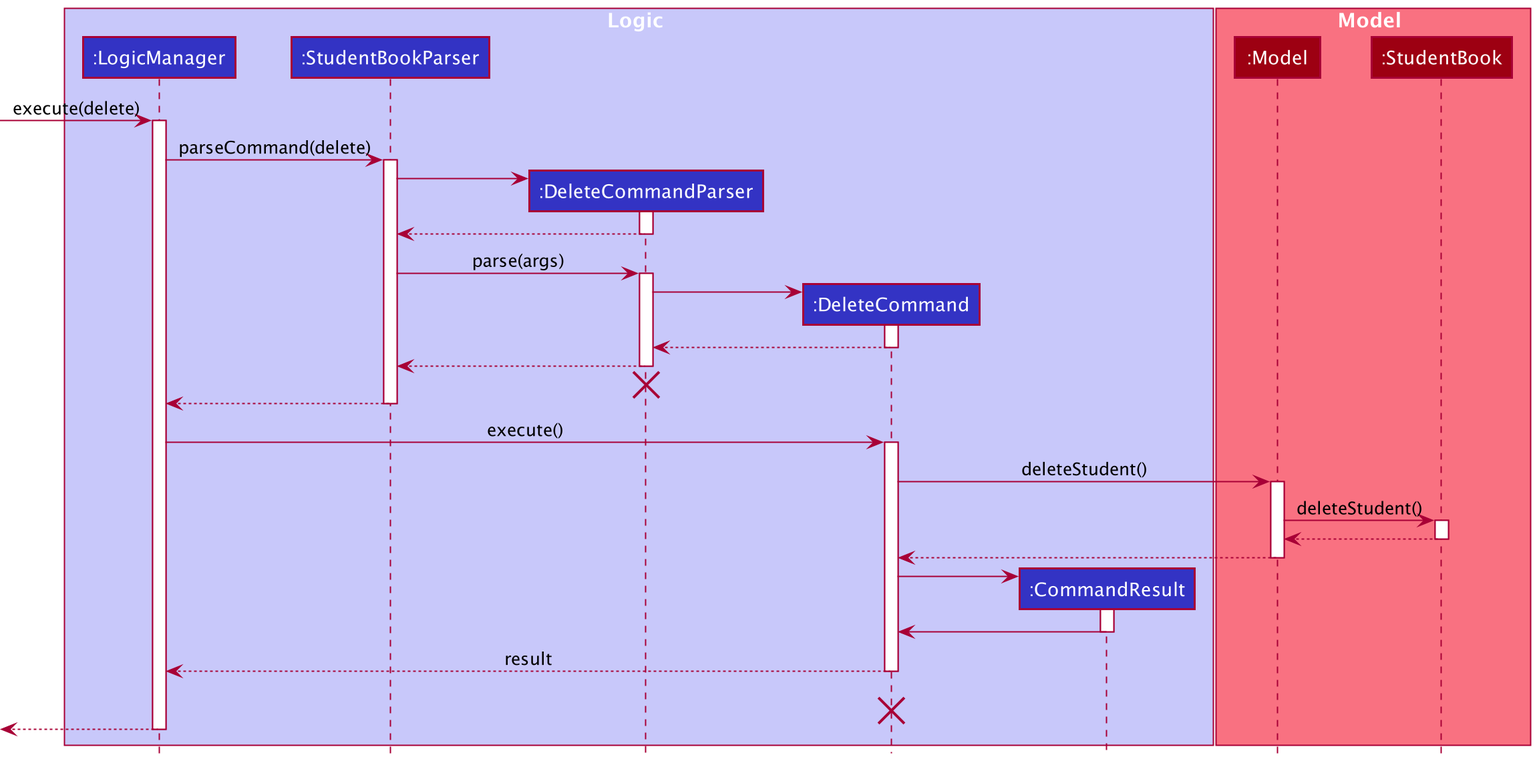
The PlantUML diagram docs/images/DeleteStudentSequenceDiagram.png in nus-cs2103-AY2021S2/tp, before a commit.
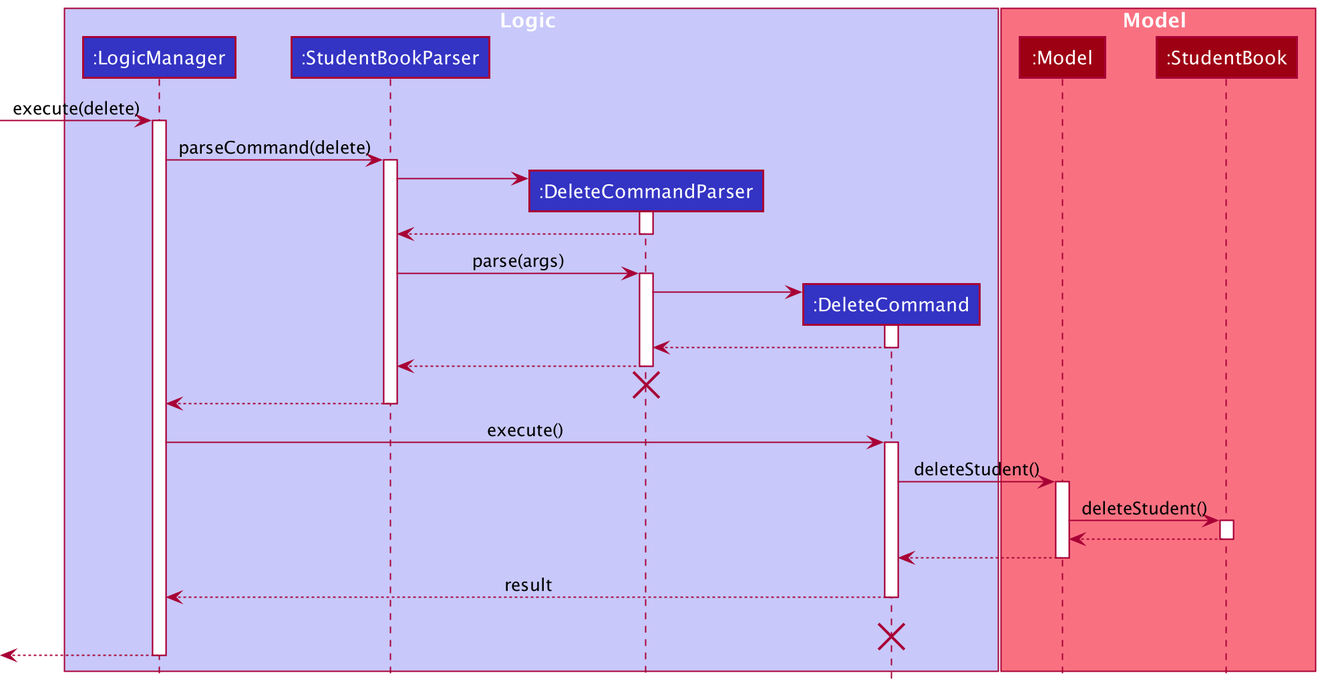
The same file after the commit.

Commit message:
Update class names and sequence diagram in DG

What changed in the source:
```diff
@@ -6,7 +6,6 @@
 participant ":StudentBookParser" as StudentBookParser LOGIC_COLOR
 participant ":DeleteCommandParser" as DeleteCommandParser LOGIC_COLOR
 participant ":DeleteCommand" as DeleteCommand LOGIC_COLOR
-participant ":CommandResult" as CommandResult LOGIC_COLOR
 end box
 
 box Model MODEL_COLOR_T1
@@ -59,13 +58,6 @@
 Model --> DeleteCommand
 deactivate Model
 
-create CommandResult
-DeleteCommand -> CommandResult
-activate CommandResult
-
-CommandResult -> DeleteCommand
-deactivate CommandResult
-
 DeleteCommand --> LogicManager : result
 deactivate DeleteCommand
 DeleteCommand -[hidden]-> LogicManager : result
```
